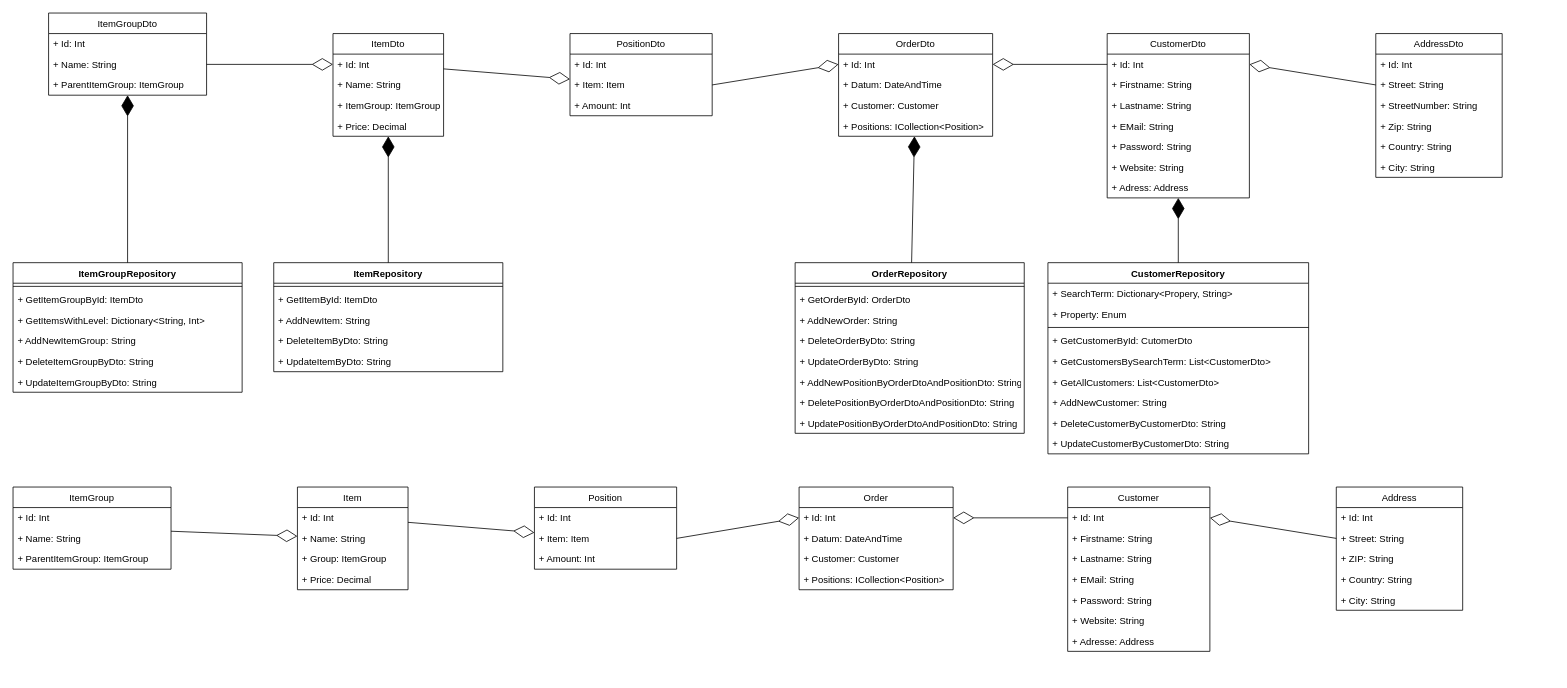
smat91/JobManagement keeps this draw.io diagram as JobManagement/Designs/UML_DataAccessLayer.drawio. Above is the earlier version. Source tidied: cells renumbered, new cells numbered last; positions are measured from the earlier drawing's top-left corner, leaving out a move shared by most shapes. Both pictures are drawn from the tidied source at 79%, with x=0, y=0 at pixel (13, 13).
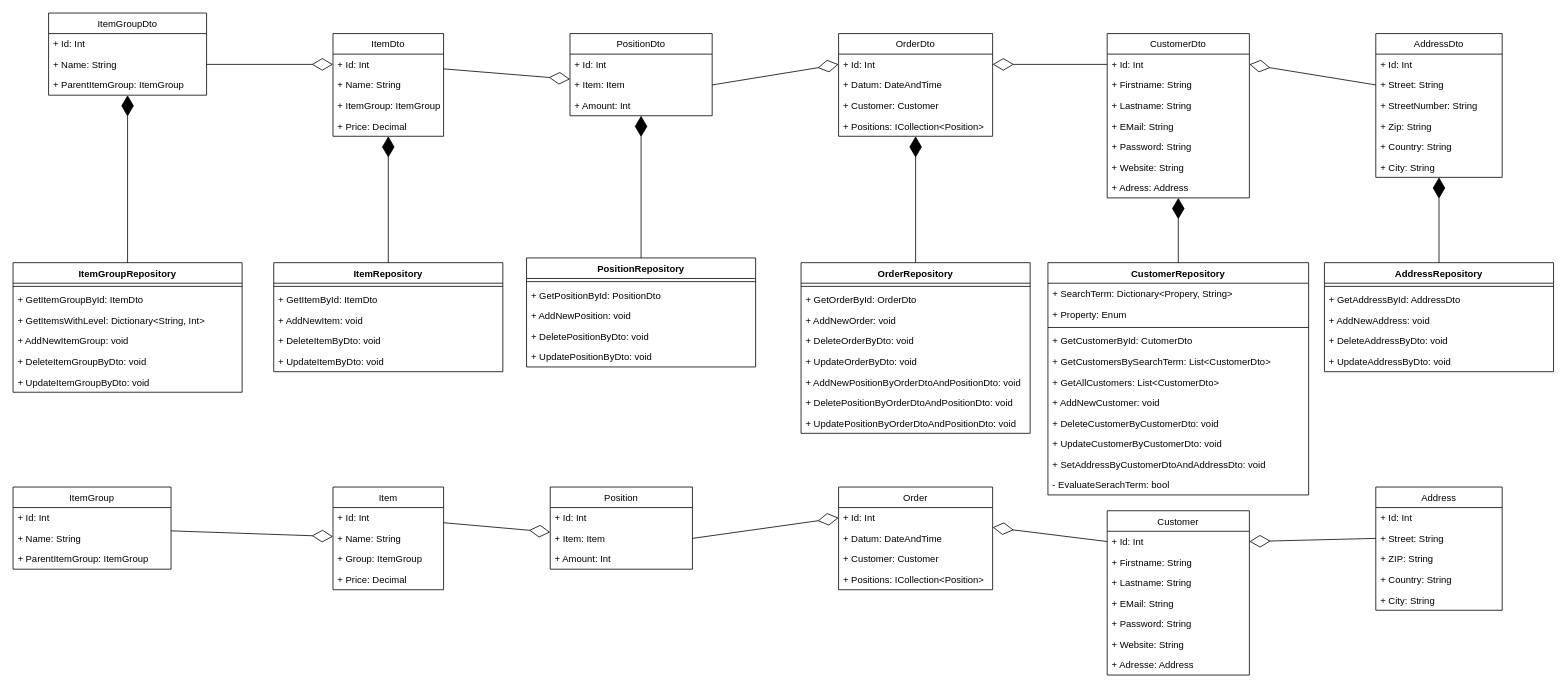
After the change.

Unchanged cells that the change refers to:
```xml
<mxCell id="10" value="AddressDto" style="swimlane;fontStyle=0;horizontal=1;startSize=26;fillColor=none;" parent="1" vertex="1">
  <mxGeometry x="1725" y="26" width="160" height="182" as="geometry" />
</mxCell>
<mxCell id="45" value="PositionDto" style="swimlane;fontStyle=0;horizontal=1;startSize=26;fillColor=none;labelBackgroundColor=none;" parent="1" vertex="1">
  <mxGeometry x="705" y="26" width="180" height="104" as="geometry" />
</mxCell>
<mxCell id="61" value="ItemRepository" style="swimlane;fontStyle=1;align=center;verticalAlign=top;horizontal=1;startSize=26;labelBackgroundColor=none;" parent="1" vertex="1">
  <mxGeometry x="330" y="316" width="290" height="138" as="geometry" />
</mxCell>
<mxCell id="68" value="ItemGroupRepository" style="swimlane;fontStyle=1;align=center;verticalAlign=top;horizontal=1;startSize=26;labelBackgroundColor=none;" parent="1" vertex="1">
  <mxGeometry y="316" width="290" height="164" as="geometry" />
</mxCell>
```

The edit, as a diff of the source:
```diff
@@
     <mxCell id="26" value="CustomerRepository" style="swimlane;fontStyle=1;align=center;verticalAlign=top;horizontal=1;startSize=26;labelBackgroundColor=none;" parent="1" vertex="1">
-      <mxGeometry x="1310" y="316" width="330" height="242" as="geometry" />
+      <mxGeometry x="1310" y="316" width="330" height="294" as="geometry" />
     </mxCell>
@@
-    <mxCell id="33" value="+ AddNewCustomer: String" style="text;strokeColor=none;fillColor=none;align=left;verticalAlign=top;spacingLeft=4;spacingRight=4;overflow=hidden;" parent="26" vertex="1">
+    <mxCell id="33" value="+ AddNewCustomer: void" style="text;strokeColor=none;fillColor=none;align=left;verticalAlign=top;spacingLeft=4;spacingRight=4;overflow=hidden;" parent="26" vertex="1">
       <mxGeometry y="164" width="330" height="26" as="geometry" />
     </mxCell>
-    <mxCell id="34" value="+ DeleteCustomerByCustomerDto: String" style="text;strokeColor=none;fillColor=none;align=left;verticalAlign=top;spacingLeft=4;spacingRight=4;overflow=hidden;" parent="26" vertex="1">
+    <mxCell id="34" value="+ DeleteCustomerByCustomerDto: void" style="text;strokeColor=none;fillColor=none;align=left;verticalAlign=top;spacingLeft=4;spacingRight=4;overflow=hidden;" parent="26" vertex="1">
       <mxGeometry y="190" width="330" height="26" as="geometry" />
     </mxCell>
-    <mxCell id="35" value="+ UpdateCustomerByCustomerDto: String" style="text;strokeColor=none;fillColor=none;align=left;verticalAlign=top;spacingLeft=4;spacingRight=4;overflow=hidden;" parent="26" vertex="1">
+    <mxCell id="35" value="+ UpdateCustomerByCustomerDto: void" style="text;strokeColor=none;fillColor=none;align=left;verticalAlign=top;spacingLeft=4;spacingRight=4;overflow=hidden;" parent="26" vertex="1">
       <mxGeometry y="216" width="330" height="26" as="geometry" />
     </mxCell>
+    <mxCell id="113" value="+ SetAddressByCustomerDtoAndAddressDto: void" style="text;strokeColor=none;fillColor=none;align=left;verticalAlign=top;spacingLeft=4;spacingRight=4;overflow=hidden;" parent="26" vertex="1">
+      <mxGeometry y="242" width="330" height="26" as="geometry" />
+    </mxCell>
+    <mxCell id="114" value="- EvaluateSerachTerm: bool" style="text;strokeColor=none;fillColor=none;align=left;verticalAlign=top;spacingLeft=4;spacingRight=4;overflow=hidden;" parent="26" vertex="1">
+      <mxGeometry y="268" width="330" height="26" as="geometry" />
+    </mxCell>
@@
     <mxCell id="51" value="OrderRepository" style="swimlane;fontStyle=1;align=center;verticalAlign=top;horizontal=1;startSize=26;labelBackgroundColor=none;" parent="1" vertex="1">
-      <mxGeometry x="990" y="316" width="290" height="216" as="geometry" />
+      <mxGeometry x="997.5" y="316" width="290" height="216" as="geometry" />
     </mxCell>
@@
-    <mxCell id="54" value="+ AddNewOrder: String" style="text;strokeColor=none;fillColor=none;align=left;verticalAlign=top;spacingLeft=4;spacingRight=4;overflow=hidden;" parent="51" vertex="1">
+    <mxCell id="54" value="+ AddNewOrder: void" style="text;strokeColor=none;fillColor=none;align=left;verticalAlign=top;spacingLeft=4;spacingRight=4;overflow=hidden;" parent="51" vertex="1">
       <mxGeometry y="60" width="290" height="26" as="geometry" />
     </mxCell>
-    <mxCell id="55" value="+ DeleteOrderByDto: String" style="text;strokeColor=none;fillColor=none;align=left;verticalAlign=top;spacingLeft=4;spacingRight=4;overflow=hidden;" parent="51" vertex="1">
+    <mxCell id="55" value="+ DeleteOrderByDto: void" style="text;strokeColor=none;fillColor=none;align=left;verticalAlign=top;spacingLeft=4;spacingRight=4;overflow=hidden;" parent="51" vertex="1">
       <mxGeometry y="86" width="290" height="26" as="geometry" />
     </mxCell>
-    <mxCell id="56" value="+ UpdateOrderByDto: String" style="text;strokeColor=none;fillColor=none;align=left;verticalAlign=top;spacingLeft=4;spacingRight=4;overflow=hidden;" parent="51" vertex="1">
+    <mxCell id="56" value="+ UpdateOrderByDto: void" style="text;strokeColor=none;fillColor=none;align=left;verticalAlign=top;spacingLeft=4;spacingRight=4;overflow=hidden;" parent="51" vertex="1">
       <mxGeometry y="112" width="290" height="26" as="geometry" />
     </mxCell>
-    <mxCell id="57" value="+ AddNewPositionByOrderDtoAndPositionDto: String" style="text;strokeColor=none;fillColor=none;align=left;verticalAlign=top;spacingLeft=4;spacingRight=4;overflow=hidden;" parent="51" vertex="1">
+    <mxCell id="57" value="+ AddNewPositionByOrderDtoAndPositionDto: void" style="text;strokeColor=none;fillColor=none;align=left;verticalAlign=top;spacingLeft=4;spacingRight=4;overflow=hidden;" parent="51" vertex="1">
       <mxGeometry y="138" width="290" height="26" as="geometry" />
     </mxCell>
-    <mxCell id="58" value="+ DeletePositionByOrderDtoAndPositionDto: String" style="text;strokeColor=none;fillColor=none;align=left;verticalAlign=top;spacingLeft=4;spacingRight=4;overflow=hidden;" parent="51" vertex="1">
+    <mxCell id="58" value="+ DeletePositionByOrderDtoAndPositionDto: void" style="text;strokeColor=none;fillColor=none;align=left;verticalAlign=top;spacingLeft=4;spacingRight=4;overflow=hidden;" parent="51" vertex="1">
       <mxGeometry y="164" width="290" height="26" as="geometry" />
     </mxCell>
-    <mxCell id="59" value="+ UpdatePositionByOrderDtoAndPositionDto: String" style="text;strokeColor=none;fillColor=none;align=left;verticalAlign=top;spacingLeft=4;spacingRight=4;overflow=hidden;" parent="51" vertex="1">
+    <mxCell id="59" value="+ UpdatePositionByOrderDtoAndPositionDto: void" style="text;strokeColor=none;fillColor=none;align=left;verticalAlign=top;spacingLeft=4;spacingRight=4;overflow=hidden;" parent="51" vertex="1">
       <mxGeometry y="190" width="290" height="26" as="geometry" />
     </mxCell>
@@
-    <mxCell id="64" value="+ AddNewItem: String" style="text;strokeColor=none;fillColor=none;align=left;verticalAlign=top;spacingLeft=4;spacingRight=4;overflow=hidden;" parent="61" vertex="1">
+    <mxCell id="64" value="+ AddNewItem: void" style="text;strokeColor=none;fillColor=none;align=left;verticalAlign=top;spacingLeft=4;spacingRight=4;overflow=hidden;" parent="61" vertex="1">
       <mxGeometry y="60" width="290" height="26" as="geometry" />
     </mxCell>
-    <mxCell id="65" value="+ DeleteItemByDto: String" style="text;strokeColor=none;fillColor=none;align=left;verticalAlign=top;spacingLeft=4;spacingRight=4;overflow=hidden;" parent="61" vertex="1">
+    <mxCell id="65" value="+ DeleteItemByDto: void" style="text;strokeColor=none;fillColor=none;align=left;verticalAlign=top;spacingLeft=4;spacingRight=4;overflow=hidden;" parent="61" vertex="1">
       <mxGeometry y="86" width="290" height="26" as="geometry" />
     </mxCell>
-    <mxCell id="66" value="+ UpdateItemByDto: String" style="text;strokeColor=none;fillColor=none;align=left;verticalAlign=top;spacingLeft=4;spacingRight=4;overflow=hidden;" parent="61" vertex="1">
+    <mxCell id="66" value="+ UpdateItemByDto: void" style="text;strokeColor=none;fillColor=none;align=left;verticalAlign=top;spacingLeft=4;spacingRight=4;overflow=hidden;" parent="61" vertex="1">
       <mxGeometry y="112" width="290" height="26" as="geometry" />
     </mxCell>
@@
-    <mxCell id="72" value="+ AddNewItemGroup: String" style="text;strokeColor=none;fillColor=none;align=left;verticalAlign=top;spacingLeft=4;spacingRight=4;overflow=hidden;" parent="68" vertex="1">
+    <mxCell id="72" value="+ AddNewItemGroup: void" style="text;strokeColor=none;fillColor=none;align=left;verticalAlign=top;spacingLeft=4;spacingRight=4;overflow=hidden;" parent="68" vertex="1">
       <mxGeometry y="86" width="290" height="26" as="geometry" />
     </mxCell>
-    <mxCell id="73" value="+ DeleteItemGroupByDto: String" style="text;strokeColor=none;fillColor=none;align=left;verticalAlign=top;spacingLeft=4;spacingRight=4;overflow=hidden;" parent="68" vertex="1">
+    <mxCell id="73" value="+ DeleteItemGroupByDto: void" style="text;strokeColor=none;fillColor=none;align=left;verticalAlign=top;spacingLeft=4;spacingRight=4;overflow=hidden;" parent="68" vertex="1">
       <mxGeometry y="112" width="290" height="26" as="geometry" />
     </mxCell>
-    <mxCell id="74" value="+ UpdateItemGroupByDto: String" style="text;strokeColor=none;fillColor=none;align=left;verticalAlign=top;spacingLeft=4;spacingRight=4;overflow=hidden;" parent="68" vertex="1">
+    <mxCell id="74" value="+ UpdateItemGroupByDto: void" style="text;strokeColor=none;fillColor=none;align=left;verticalAlign=top;spacingLeft=4;spacingRight=4;overflow=hidden;" parent="68" vertex="1">
       <mxGeometry y="138" width="290" height="26" as="geometry" />
     </mxCell>
@@
     <mxCell id="76" value="Customer" style="swimlane;fontStyle=0;align=center;verticalAlign=top;horizontal=1;startSize=26;" parent="1" vertex="1">
-      <mxGeometry x="1335" y="600" width="180" height="208" as="geometry" />
+      <mxGeometry x="1385" y="630" width="180" height="208" as="geometry" />
     </mxCell>
@@
     <mxCell id="84" value="Address" style="swimlane;fontStyle=0;horizontal=1;startSize=26;fillColor=none;" parent="1" vertex="1">
-      <mxGeometry x="1675" y="600" width="160" height="156" as="geometry" />
+      <mxGeometry x="1725" y="600" width="160" height="156" as="geometry" />
     </mxCell>
@@
     <mxCell id="94" value="Item" style="swimlane;fontStyle=0;horizontal=1;startSize=26;fillColor=none;labelBackgroundColor=none;" parent="1" vertex="1">
-      <mxGeometry x="360" y="600" width="140" height="130" as="geometry" />
+      <mxGeometry x="405" y="600" width="140" height="130" as="geometry" />
     </mxCell>
@@
     <mxCell id="101" value="Order" style="swimlane;fontStyle=0;horizontal=1;startSize=26;fillColor=none;labelBackgroundColor=none;" parent="1" vertex="1">
-      <mxGeometry x="995" y="600" width="195" height="130" as="geometry" />
+      <mxGeometry x="1045" y="600" width="195" height="130" as="geometry" />
     </mxCell>
@@
     <mxCell id="107" value="Position" style="swimlane;fontStyle=0;horizontal=1;startSize=26;fillColor=none;labelBackgroundColor=none;" parent="1" vertex="1">
-      <mxGeometry x="660" y="600" width="180" height="104" as="geometry" />
+      <mxGeometry x="680" y="600" width="180" height="104" as="geometry" />
     </mxCell>
@@
+    <mxCell id="115" value="PositionRepository" style="swimlane;fontStyle=1;align=center;verticalAlign=top;horizontal=1;startSize=26;labelBackgroundColor=none;" parent="1" vertex="1">
+      <mxGeometry x="650" y="310" width="290" height="138" as="geometry" />
+    </mxCell>
+    <mxCell id="116" style="line;strokeWidth=1;fillColor=none;align=left;verticalAlign=middle;spacingTop=-1;spacingLeft=3;spacingRight=3;labelPosition=right;labelBackgroundColor=none;" parent="115" vertex="1">
+      <mxGeometry y="26" width="290" height="8" as="geometry" />
+    </mxCell>
+    <mxCell id="117" value="+ GetPositionById: PositionDto" style="text;strokeColor=none;fillColor=none;align=left;verticalAlign=top;spacingLeft=4;spacingRight=4;overflow=hidden;labelBackgroundColor=none;" parent="115" vertex="1">
+      <mxGeometry y="34" width="290" height="26" as="geometry" />
+    </mxCell>
+    <mxCell id="118" value="+ AddNewPosition: void" style="text;strokeColor=none;fillColor=none;align=left;verticalAlign=top;spacingLeft=4;spacingRight=4;overflow=hidden;" parent="115" vertex="1">
+      <mxGeometry y="60" width="290" height="26" as="geometry" />
+    </mxCell>
+    <mxCell id="119" value="+ DeletePositionByDto: void" style="text;strokeColor=none;fillColor=none;align=left;verticalAlign=top;spacingLeft=4;spacingRight=4;overflow=hidden;" parent="115" vertex="1">
+      <mxGeometry y="86" width="290" height="26" as="geometry" />
+    </mxCell>
+    <mxCell id="120" value="+ UpdatePositionByDto: void" style="text;strokeColor=none;fillColor=none;align=left;verticalAlign=top;spacingLeft=4;spacingRight=4;overflow=hidden;" parent="115" vertex="1">
+      <mxGeometry y="112" width="290" height="26" as="geometry" />
+    </mxCell>
+    <mxCell id="121" style="endArrow=diamondThin;endFill=1;endSize=24;html=1;rounded=0;" parent="1" edge="1" source="115" target="45">
+      <mxGeometry relative="1" as="geometry" />
+    </mxCell>
+    <mxCell id="122" value="AddressRepository" style="swimlane;fontStyle=1;align=center;verticalAlign=top;horizontal=1;startSize=26;labelBackgroundColor=none;" parent="1" vertex="1">
+      <mxGeometry x="1660" y="316" width="290" height="138" as="geometry" />
+    </mxCell>
+    <mxCell id="123" style="line;strokeWidth=1;fillColor=none;align=left;verticalAlign=middle;spacingTop=-1;spacingLeft=3;spacingRight=3;labelPosition=right;labelBackgroundColor=none;" parent="122" vertex="1">
+      <mxGeometry y="26" width="290" height="8" as="geometry" />
+    </mxCell>
+    <mxCell id="124" value="+ GetAddressById: AddressDto" style="text;strokeColor=none;fillColor=none;align=left;verticalAlign=top;spacingLeft=4;spacingRight=4;overflow=hidden;labelBackgroundColor=none;" parent="122" vertex="1">
+      <mxGeometry y="34" width="290" height="26" as="geometry" />
+    </mxCell>
+    <mxCell id="125" value="+ AddNewAddress: void" style="text;strokeColor=none;fillColor=none;align=left;verticalAlign=top;spacingLeft=4;spacingRight=4;overflow=hidden;" parent="122" vertex="1">
+      <mxGeometry y="60" width="290" height="26" as="geometry" />
+    </mxCell>
+    <mxCell id="126" value="+ DeleteAddressByDto: void" style="text;strokeColor=none;fillColor=none;align=left;verticalAlign=top;spacingLeft=4;spacingRight=4;overflow=hidden;" parent="122" vertex="1">
+      <mxGeometry y="86" width="290" height="26" as="geometry" />
+    </mxCell>
+    <mxCell id="127" value="+ UpdateAddressByDto: void" style="text;strokeColor=none;fillColor=none;align=left;verticalAlign=top;spacingLeft=4;spacingRight=4;overflow=hidden;" parent="122" vertex="1">
+      <mxGeometry y="112" width="290" height="26" as="geometry" />
+    </mxCell>
+    <mxCell id="128" style="endArrow=diamondThin;endFill=1;endSize=24;html=1;rounded=0;" parent="1" edge="1" source="122" target="10">
+      <mxGeometry relative="1" as="geometry" />
+    </mxCell>
```
